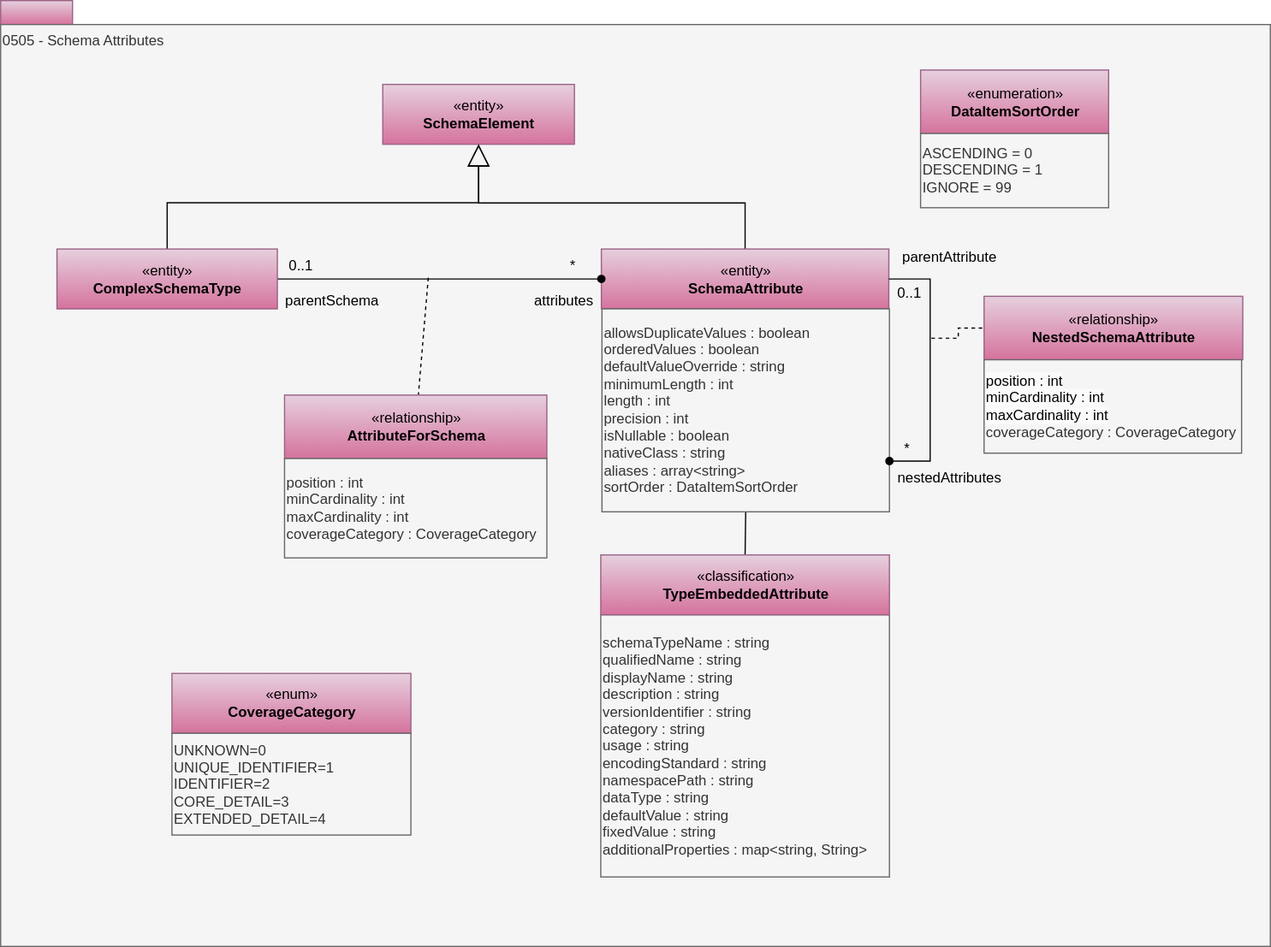
This is site/docs/types/5/0505-Schema-Attributes.svg from odpi/egeria-docs, a draw.io export, as it was before one commit. Source tidied: cells renumbered, new cells last; positions are measured from the earlier drawing's top-left corner, leaving out a move shared by most shapes. Source of this version:
```xml
<mxGraphModel>
  <root>
    <mxCell id="0" />
    <mxCell id="1" parent="0" />
    <mxCell id="2" style="rounded=0;whiteSpace=wrap;html=1;align=left;fillColor=#e6d0de;strokeColor=#996185;gradientColor=#d5739d;" parent="1" vertex="1">
      <mxGeometry width="60" height="20" as="geometry" />
    </mxCell>
    <mxCell id="3" value="0505 - Schema Attributes" style="rounded=0;whiteSpace=wrap;html=1;align=left;verticalAlign=top;fillColor=#f5f5f5;fontColor=#333333;strokeColor=#666666;" parent="1" vertex="1">
      <mxGeometry y="20" width="1060" height="770" as="geometry" />
    </mxCell>
    <mxCell id="4" value="«entity»&lt;br&gt;&lt;b&gt;SchemaElement&lt;/b&gt;" style="html=1;strokeColor=#996185;align=center;fillColor=#e6d0de;gradientColor=#d5739d;" parent="1" vertex="1">
      <mxGeometry x="319" y="70" width="160" height="50" as="geometry" />
    </mxCell>
    <mxCell id="5" style="edgeStyle=orthogonalEdgeStyle;rounded=0;jettySize=auto;html=1;exitX=0.5;exitY=0;exitDx=0;exitDy=0;startSize=6;endArrow=none;endFill=0;endSize=16;entryX=0.5;entryY=1;entryDx=0;entryDy=0;" parent="1" edge="1" source="21" target="19">
      <mxGeometry relative="1" as="geometry" />
    </mxCell>
    <mxCell id="6" style="edgeStyle=orthogonalEdgeStyle;rounded=0;jettySize=auto;html=1;exitX=0.5;exitY=0;exitDx=0;exitDy=0;entryX=0.5;entryY=1;entryDx=0;entryDy=0;startSize=6;endArrow=block;endFill=0;endSize=16;" parent="1" edge="1" source="18" target="4">
      <mxGeometry relative="1" as="geometry">
        <Array as="points">
          <mxPoint x="622" y="169" />
          <mxPoint x="399" y="169" />
        </Array>
      </mxGeometry>
    </mxCell>
    <mxCell id="7" style="endArrow=none;dashed=1;html=1;edgeStyle=orthogonalEdgeStyle;rounded=0;entryX=0;entryY=0.5;entryDx=0;entryDy=0;" parent="1" edge="1" target="23">
      <mxGeometry relative="1" as="geometry">
        <mxPoint x="777" y="282" as="sourcePoint" />
      </mxGeometry>
    </mxCell>
    <mxCell id="8" value="parentAttribute" style="text;html=1;strokeColor=none;fillColor=none;align=center;verticalAlign=middle;whiteSpace=wrap;rounded=0;" parent="1" vertex="1">
      <mxGeometry x="739" y="204.5" width="107" height="20" as="geometry" />
    </mxCell>
    <mxCell id="9" value="nestedAttributes" style="text;html=1;strokeColor=none;fillColor=none;align=center;verticalAlign=middle;whiteSpace=wrap;rounded=0;" parent="1" vertex="1">
      <mxGeometry x="739" y="389.2" width="107" height="20" as="geometry" />
    </mxCell>
    <mxCell id="10" value="*" style="text;html=1;strokeColor=none;fillColor=none;align=center;verticalAlign=middle;whiteSpace=wrap;rounded=0;" parent="1" vertex="1">
      <mxGeometry x="737" y="364.5" width="40" height="20" as="geometry" />
    </mxCell>
    <mxCell id="11" value="0..1" style="text;html=1;strokeColor=none;fillColor=none;align=center;verticalAlign=middle;whiteSpace=wrap;rounded=0;" parent="1" vertex="1">
      <mxGeometry x="739" y="235" width="40" height="20" as="geometry" />
    </mxCell>
    <mxCell id="12" style="endArrow=none;dashed=1;html=1;" parent="1" edge="1" target="25">
      <mxGeometry relative="1" as="geometry">
        <mxPoint x="357" y="231.5" as="sourcePoint" />
      </mxGeometry>
    </mxCell>
    <mxCell id="13" style="edgeStyle=orthogonalEdgeStyle;rounded=0;jettySize=auto;html=1;exitX=0.5;exitY=0;exitDx=0;exitDy=0;endArrow=block;endFill=0;endSize=16;" parent="1" edge="1" source="28" target="4">
      <mxGeometry relative="1" as="geometry" />
    </mxCell>
    <mxCell id="14" value="*" style="text;html=1;strokeColor=none;fillColor=none;align=center;verticalAlign=middle;whiteSpace=wrap;rounded=0;" parent="1" vertex="1">
      <mxGeometry x="458" y="211.5" width="40" height="20" as="geometry" />
    </mxCell>
    <mxCell id="15" value="0..1" style="text;html=1;strokeColor=none;fillColor=none;align=center;verticalAlign=middle;whiteSpace=wrap;rounded=0;" parent="1" vertex="1">
      <mxGeometry x="231" y="211.5" width="40" height="20" as="geometry" />
    </mxCell>
    <mxCell id="16" value="attributes" style="text;html=1;strokeColor=none;fillColor=none;align=center;verticalAlign=middle;whiteSpace=wrap;rounded=0;" parent="1" vertex="1">
      <mxGeometry x="437" y="240.5" width="67" height="20" as="geometry" />
    </mxCell>
    <mxCell id="17" value="parentSchema" style="text;html=1;strokeColor=none;fillColor=none;align=center;verticalAlign=middle;whiteSpace=wrap;rounded=0;" parent="1" vertex="1">
      <mxGeometry x="227" y="240.5" width="100" height="20" as="geometry" />
    </mxCell>
    <mxCell id="18" value="«entity»&lt;br&gt;&lt;b&gt;SchemaAttribute&lt;/b&gt;" style="html=1;strokeColor=#996185;align=center;fillColor=#e6d0de;gradientColor=#d5739d;" parent="1" vertex="1">
      <mxGeometry x="501.5" y="207.5" width="240" height="50" as="geometry" />
    </mxCell>
    <mxCell id="19" value="&lt;font style=&quot;white-space: normal&quot;&gt;allowsDuplicateValues : boolean&lt;br&gt;orderedValues : boolean&lt;br&gt;&lt;/font&gt;&lt;span&gt;defaultValueOverride : string&lt;br&gt;minimumLength : int&lt;br&gt;length : int&lt;br&gt;precision : int&lt;br&gt;isNullable : boolean&lt;br&gt;&lt;/span&gt;&lt;font style=&quot;white-space: normal&quot;&gt;nativeClass : string&lt;br&gt;aliases : array&amp;lt;string&amp;gt;&lt;br&gt;sortOrder : DataItemSortOrder&lt;br&gt;&lt;/font&gt;" style="rounded=0;whiteSpace=wrap;html=1;strokeColor=#666666;align=left;fontColor=#333333;fillColor=#f5f5f5;" parent="1" vertex="1">
      <mxGeometry x="502" y="257.5" width="240" height="169.5" as="geometry" />
    </mxCell>
    <mxCell id="20" value="schemaTypeName : string&lt;div&gt;qualifiedName : string&lt;br&gt;displayName : string&lt;br&gt;description : string&lt;br&gt;versionIdentifier : string&lt;/div&gt;&lt;div&gt;category : string&lt;br&gt;usage : string&lt;br&gt;encodingStandard : string&lt;br&gt;namespacePath : string&lt;br&gt;dataType : string&lt;br&gt;defaultValue : string&lt;br&gt;fixedValue : string&lt;br&gt;additionalProperties : map&amp;lt;string, String&amp;gt;&lt;br&gt;&lt;div style=&quot;text-align: left&quot;&gt;&lt;/div&gt;&lt;/div&gt;" style="rounded=0;whiteSpace=wrap;html=1;strokeColor=#666666;align=left;fillColor=#f5f5f5;fontColor=#333333;" parent="1" vertex="1">
      <mxGeometry x="501" y="513" width="241" height="219" as="geometry" />
    </mxCell>
    <mxCell id="21" value="«classification»&lt;br&gt;&lt;b&gt;TypeEmbeddedAttribute&lt;/b&gt;" style="html=1;strokeColor=#996185;align=center;fillColor=#e6d0de;gradientColor=#d5739d;" parent="1" vertex="1">
      <mxGeometry x="501" y="463" width="241" height="50" as="geometry" />
    </mxCell>
    <mxCell id="22" style="edgeStyle=orthogonalEdgeStyle;rounded=0;jettySize=auto;html=1;entryX=1;entryY=0.75;entryDx=0;entryDy=0;fontColor=#FF0000;endArrow=oval;endFill=1;exitX=1;exitY=0.5;exitDx=0;exitDy=0;" parent="1" edge="1" source="18" target="19">
      <mxGeometry relative="1" as="geometry">
        <Array as="points">
          <mxPoint x="776" y="233" />
          <mxPoint x="776" y="385" />
        </Array>
      </mxGeometry>
    </mxCell>
    <mxCell id="23" value="«relationship»&lt;br&gt;&lt;b&gt;NestedSchemaAttribute&lt;/b&gt;" style="html=1;strokeColor=#996185;align=center;fillColor=#e6d0de;gradientColor=#d5739d;" parent="1" vertex="1">
      <mxGeometry x="821" y="247" width="216" height="53" as="geometry" />
    </mxCell>
    <mxCell id="24" value="&lt;span style=&quot;forced-color-adjust: none; color: rgb(0, 0, 0); font-family: Helvetica; font-size: 12px; font-style: normal; font-variant-ligatures: normal; font-variant-caps: normal; font-weight: 400; letter-spacing: normal; orphans: 2; text-indent: 0px; text-transform: none; widows: 2; word-spacing: 0px; -webkit-text-stroke-width: 0px; white-space: normal; background-color: rgb(251, 251, 251); text-decoration-thickness: initial; text-decoration-style: initial; text-decoration-color: initial;&quot;&gt;position : int&lt;/span&gt;&lt;br style=&quot;forced-color-adjust: none; color: rgb(0, 0, 0); font-family: Helvetica; font-size: 12px; font-style: normal; font-variant-ligatures: normal; font-variant-caps: normal; font-weight: 400; letter-spacing: normal; orphans: 2; text-indent: 0px; text-transform: none; widows: 2; word-spacing: 0px; -webkit-text-stroke-width: 0px; white-space: normal; background-color: rgb(251, 251, 251); text-decoration-thickness: initial; text-decoration-style: initial; text-decoration-color: initial;&quot;&gt;&lt;font style=&quot;forced-color-adjust: none; color: rgb(0, 0, 0); font-family: Helvetica; font-size: 12px; font-style: normal; font-variant-ligatures: normal; font-variant-caps: normal; font-weight: 400; letter-spacing: normal; orphans: 2; text-indent: 0px; text-transform: none; widows: 2; word-spacing: 0px; -webkit-text-stroke-width: 0px; white-space: normal; background-color: rgb(251, 251, 251); text-decoration-thickness: initial; text-decoration-style: initial; text-decoration-color: initial;&quot;&gt;minCardinality : int&lt;br style=&quot;forced-color-adjust: none;&quot;&gt;maxCardinality : int&lt;/font&gt;&lt;div&gt;&lt;font style=&quot;forced-color-adjust: none; color: rgb(0, 0, 0); font-family: Helvetica; font-size: 12px; font-style: normal; font-variant-ligatures: normal; font-variant-caps: normal; font-weight: 400; letter-spacing: normal; orphans: 2; text-indent: 0px; text-transform: none; widows: 2; word-spacing: 0px; -webkit-text-stroke-width: 0px; white-space: normal; text-decoration-thickness: initial; text-decoration-style: initial; text-decoration-color: initial;&quot;&gt;&lt;span style=&quot;color: rgb(51, 51, 51);&quot;&gt;coverageCategory : CoverageCategory&lt;/span&gt;&lt;/font&gt;&lt;/div&gt;" style="rounded=0;whiteSpace=wrap;html=1;strokeColor=#666666;align=left;fillColor=#f5f5f5;fontColor=#333333;" parent="1" vertex="1">
      <mxGeometry x="821" y="300" width="215" height="78" as="geometry" />
    </mxCell>
    <mxCell id="25" value="«relationship»&lt;br&gt;&lt;b&gt;AttributeForSchema&lt;/b&gt;" style="html=1;strokeColor=#996185;align=center;fillColor=#e6d0de;gradientColor=#d5739d;" parent="1" vertex="1">
      <mxGeometry x="237" y="329.5" width="219" height="53" as="geometry" />
    </mxCell>
    <mxCell id="26" value="position : int&lt;br&gt;minCardinality : int&lt;br&gt;maxCardinality : int&lt;div&gt;coverageCategory : CoverageCategory&lt;/div&gt;" style="rounded=0;whiteSpace=wrap;html=1;strokeColor=#666666;align=left;fillColor=#f5f5f5;fontColor=#333333;" parent="1" vertex="1">
      <mxGeometry x="237" y="382.5" width="219" height="83" as="geometry" />
    </mxCell>
    <mxCell id="27" style="edgeStyle=orthogonalEdgeStyle;rounded=0;jettySize=auto;html=1;exitX=1;exitY=0.5;exitDx=0;exitDy=0;entryX=0;entryY=0.5;entryDx=0;entryDy=0;endArrow=oval;endFill=1;" parent="1" edge="1" source="28" target="18">
      <mxGeometry relative="1" as="geometry">
        <Array as="points">
          <mxPoint x="377" y="233" />
          <mxPoint x="377" y="233" />
        </Array>
      </mxGeometry>
    </mxCell>
    <mxCell id="28" value="«entity»&lt;br&gt;&lt;b&gt;ComplexSchemaType&lt;/b&gt;" style="html=1;strokeColor=#996185;align=center;fillColor=#e6d0de;gradientColor=#d5739d;" parent="1" vertex="1">
      <mxGeometry x="47" y="207.5" width="184" height="50" as="geometry" />
    </mxCell>
    <mxCell id="29" value="«enumeration»&lt;br&gt;&lt;b&gt;DataItemSortOrder&lt;/b&gt;" style="html=1;strokeColor=#996185;align=center;fillColor=#e6d0de;gradientColor=#d5739d;" parent="1" vertex="1">
      <mxGeometry x="768" y="58" width="157" height="53" as="geometry" />
    </mxCell>
    <mxCell id="30" value="&lt;div&gt;ASCENDING = 0&lt;/div&gt;&lt;div&gt;DESCENDING = 1&lt;/div&gt;&lt;div&gt;IGNORE = 99&lt;/div&gt;" style="rounded=0;whiteSpace=wrap;html=1;strokeColor=#666666;align=left;fillColor=#f5f5f5;fontColor=#333333;" parent="1" vertex="1">
      <mxGeometry x="768" y="111" width="157" height="62" as="geometry" />
    </mxCell>
    <mxCell id="31" value="«enum»&lt;br&gt;&lt;b&gt;CoverageCategory&lt;/b&gt;" style="html=1;strokeColor=#996185;align=center;fillColor=#e6d0de;gradientColor=#d5739d;" parent="1" vertex="1">
      <mxGeometry x="143" y="562" width="199.5" height="50" as="geometry" />
    </mxCell>
    <mxCell id="32" value="&lt;div style=&quot;text-align: left&quot;&gt;UNKNOWN=0&lt;/div&gt;&lt;div style=&quot;text-align: left&quot;&gt;UNIQUE_IDENTIFIER=1&lt;/div&gt;&lt;div style=&quot;text-align: left&quot;&gt;IDENTIFIER=2&lt;/div&gt;&lt;div style=&quot;text-align: left&quot;&gt;CORE_DETAIL=3&lt;/div&gt;&lt;div style=&quot;text-align: left&quot;&gt;EXTENDED_DETAIL=4&lt;/div&gt;" style="rounded=0;whiteSpace=wrap;html=1;strokeColor=#666666;align=left;fillColor=#f5f5f5;fontColor=#333333;" parent="1" vertex="1">
      <mxGeometry x="143" y="612" width="199.5" height="85" as="geometry" />
    </mxCell>
  </root>
</mxGraphModel>
```
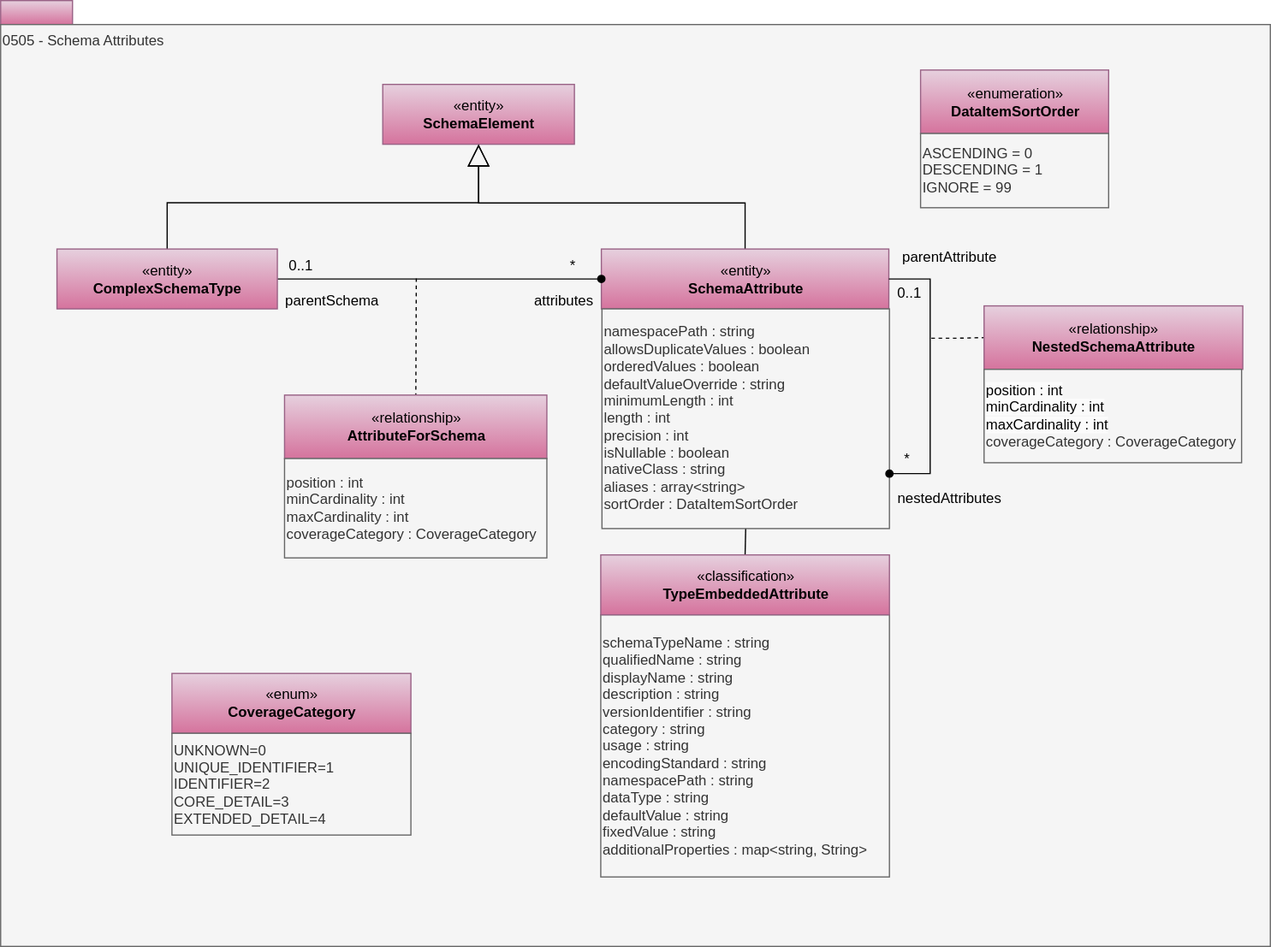
Above is the later version.

What changed in the source:
```diff
@@ -31,17 +31,17 @@
       <mxGeometry x="739" y="204.5" width="107" height="20" as="geometry" />
     </mxCell>
     <mxCell id="9" value="nestedAttributes" style="text;html=1;strokeColor=none;fillColor=none;align=center;verticalAlign=middle;whiteSpace=wrap;rounded=0;" parent="1" vertex="1">
-      <mxGeometry x="739" y="389.2" width="107" height="20" as="geometry" />
+      <mxGeometry x="739" y="406" width="107" height="20" as="geometry" />
     </mxCell>
     <mxCell id="10" value="*" style="text;html=1;strokeColor=none;fillColor=none;align=center;verticalAlign=middle;whiteSpace=wrap;rounded=0;" parent="1" vertex="1">
-      <mxGeometry x="737" y="364.5" width="40" height="20" as="geometry" />
+      <mxGeometry x="737" y="372.5" width="40" height="20" as="geometry" />
     </mxCell>
     <mxCell id="11" value="0..1" style="text;html=1;strokeColor=none;fillColor=none;align=center;verticalAlign=middle;whiteSpace=wrap;rounded=0;" parent="1" vertex="1">
       <mxGeometry x="739" y="235" width="40" height="20" as="geometry" />
     </mxCell>
     <mxCell id="12" style="endArrow=none;dashed=1;html=1;" parent="1" edge="1" target="25">
       <mxGeometry relative="1" as="geometry">
-        <mxPoint x="357" y="231.5" as="sourcePoint" />
+        <mxPoint x="347" y="232" as="sourcePoint" />
       </mxGeometry>
     </mxCell>
     <mxCell id="13" style="edgeStyle=orthogonalEdgeStyle;rounded=0;jettySize=auto;html=1;exitX=0.5;exitY=0;exitDx=0;exitDy=0;endArrow=block;endFill=0;endSize=16;" parent="1" edge="1" source="28" target="4">
@@ -62,8 +62,8 @@
     <mxCell id="18" value="«entity»&lt;br&gt;&lt;b&gt;SchemaAttribute&lt;/b&gt;" style="html=1;strokeColor=#996185;align=center;fillColor=#e6d0de;gradientColor=#d5739d;" parent="1" vertex="1">
       <mxGeometry x="501.5" y="207.5" width="240" height="50" as="geometry" />
     </mxCell>
-    <mxCell id="19" value="&lt;font style=&quot;white-space: normal&quot;&gt;allowsDuplicateValues : boolean&lt;br&gt;orderedValues : boolean&lt;br&gt;&lt;/font&gt;&lt;span&gt;defaultValueOverride : string&lt;br&gt;minimumLength : int&lt;br&gt;length : int&lt;br&gt;precision : int&lt;br&gt;isNullable : boolean&lt;br&gt;&lt;/span&gt;&lt;font style=&quot;white-space: normal&quot;&gt;nativeClass : string&lt;br&gt;aliases : array&amp;lt;string&amp;gt;&lt;br&gt;sortOrder : DataItemSortOrder&lt;br&gt;&lt;/font&gt;" style="rounded=0;whiteSpace=wrap;html=1;strokeColor=#666666;align=left;fontColor=#333333;fillColor=#f5f5f5;" parent="1" vertex="1">
-      <mxGeometry x="502" y="257.5" width="240" height="169.5" as="geometry" />
+    <mxCell id="19" value="&lt;font style=&quot;white-space: normal&quot;&gt;namespacePath : string&lt;/font&gt;&lt;div&gt;&lt;font style=&quot;white-space: normal&quot;&gt;allowsDuplicateValues : boolean&lt;br&gt;orderedValues : boolean&lt;br&gt;&lt;/font&gt;&lt;span&gt;defaultValueOverride : string&lt;br&gt;minimumLength : int&lt;br&gt;length : int&lt;br&gt;precision : int&lt;br&gt;isNullable : boolean&lt;br&gt;&lt;/span&gt;&lt;font style=&quot;white-space: normal&quot;&gt;nativeClass : string&lt;br&gt;aliases : array&amp;lt;string&amp;gt;&lt;br&gt;sortOrder : DataItemSortOrder&lt;br&gt;&lt;/font&gt;&lt;/div&gt;" style="rounded=0;whiteSpace=wrap;html=1;strokeColor=#666666;align=left;fontColor=#333333;fillColor=#f5f5f5;" parent="1" vertex="1">
+      <mxGeometry x="502" y="257.5" width="240" height="183.5" as="geometry" />
     </mxCell>
     <mxCell id="20" value="schemaTypeName : string&lt;div&gt;qualifiedName : string&lt;br&gt;displayName : string&lt;br&gt;description : string&lt;br&gt;versionIdentifier : string&lt;/div&gt;&lt;div&gt;category : string&lt;br&gt;usage : string&lt;br&gt;encodingStandard : string&lt;br&gt;namespacePath : string&lt;br&gt;dataType : string&lt;br&gt;defaultValue : string&lt;br&gt;fixedValue : string&lt;br&gt;additionalProperties : map&amp;lt;string, String&amp;gt;&lt;br&gt;&lt;div style=&quot;text-align: left&quot;&gt;&lt;/div&gt;&lt;/div&gt;" style="rounded=0;whiteSpace=wrap;html=1;strokeColor=#666666;align=left;fillColor=#f5f5f5;fontColor=#333333;" parent="1" vertex="1">
       <mxGeometry x="501" y="513" width="241" height="219" as="geometry" />
@@ -75,15 +75,15 @@
       <mxGeometry relative="1" as="geometry">
         <Array as="points">
           <mxPoint x="776" y="233" />
-          <mxPoint x="776" y="385" />
+          <mxPoint x="776" y="395" />
         </Array>
       </mxGeometry>
     </mxCell>
     <mxCell id="23" value="«relationship»&lt;br&gt;&lt;b&gt;NestedSchemaAttribute&lt;/b&gt;" style="html=1;strokeColor=#996185;align=center;fillColor=#e6d0de;gradientColor=#d5739d;" parent="1" vertex="1">
-      <mxGeometry x="821" y="247" width="216" height="53" as="geometry" />
+      <mxGeometry x="821" y="255" width="216" height="53" as="geometry" />
     </mxCell>
     <mxCell id="24" value="&lt;span style=&quot;forced-color-adjust: none; color: rgb(0, 0, 0); font-family: Helvetica; font-size: 12px; font-style: normal; font-variant-ligatures: normal; font-variant-caps: normal; font-weight: 400; letter-spacing: normal; orphans: 2; text-indent: 0px; text-transform: none; widows: 2; word-spacing: 0px; -webkit-text-stroke-width: 0px; white-space: normal; background-color: rgb(251, 251, 251); text-decoration-thickness: initial; text-decoration-style: initial; text-decoration-color: initial;&quot;&gt;position : int&lt;/span&gt;&lt;br style=&quot;forced-color-adjust: none; color: rgb(0, 0, 0); font-family: Helvetica; font-size: 12px; font-style: normal; font-variant-ligatures: normal; font-variant-caps: normal; font-weight: 400; letter-spacing: normal; orphans: 2; text-indent: 0px; text-transform: none; widows: 2; word-spacing: 0px; -webkit-text-stroke-width: 0px; white-space: normal; background-color: rgb(251, 251, 251); text-decoration-thickness: initial; text-decoration-style: initial; text-decoration-color: initial;&quot;&gt;&lt;font style=&quot;forced-color-adjust: none; color: rgb(0, 0, 0); font-family: Helvetica; font-size: 12px; font-style: normal; font-variant-ligatures: normal; font-variant-caps: normal; font-weight: 400; letter-spacing: normal; orphans: 2; text-indent: 0px; text-transform: none; widows: 2; word-spacing: 0px; -webkit-text-stroke-width: 0px; white-space: normal; background-color: rgb(251, 251, 251); text-decoration-thickness: initial; text-decoration-style: initial; text-decoration-color: initial;&quot;&gt;minCardinality : int&lt;br style=&quot;forced-color-adjust: none;&quot;&gt;maxCardinality : int&lt;/font&gt;&lt;div&gt;&lt;font style=&quot;forced-color-adjust: none; color: rgb(0, 0, 0); font-family: Helvetica; font-size: 12px; font-style: normal; font-variant-ligatures: normal; font-variant-caps: normal; font-weight: 400; letter-spacing: normal; orphans: 2; text-indent: 0px; text-transform: none; widows: 2; word-spacing: 0px; -webkit-text-stroke-width: 0px; white-space: normal; text-decoration-thickness: initial; text-decoration-style: initial; text-decoration-color: initial;&quot;&gt;&lt;span style=&quot;color: rgb(51, 51, 51);&quot;&gt;coverageCategory : CoverageCategory&lt;/span&gt;&lt;/font&gt;&lt;/div&gt;" style="rounded=0;whiteSpace=wrap;html=1;strokeColor=#666666;align=left;fillColor=#f5f5f5;fontColor=#333333;" parent="1" vertex="1">
-      <mxGeometry x="821" y="300" width="215" height="78" as="geometry" />
+      <mxGeometry x="821" y="308" width="215" height="78" as="geometry" />
     </mxCell>
     <mxCell id="25" value="«relationship»&lt;br&gt;&lt;b&gt;AttributeForSchema&lt;/b&gt;" style="html=1;strokeColor=#996185;align=center;fillColor=#e6d0de;gradientColor=#d5739d;" parent="1" vertex="1">
       <mxGeometry x="237" y="329.5" width="219" height="53" as="geometry" />
```
